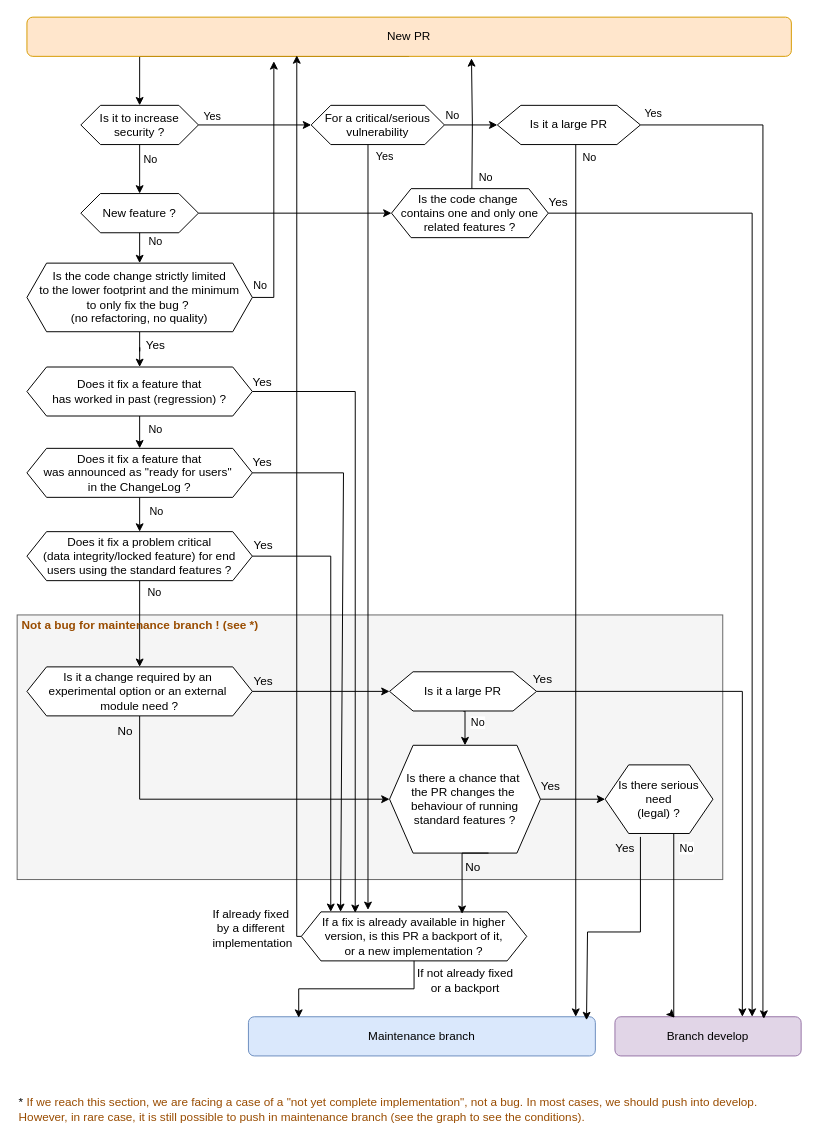
Before: dev/Qualification PR ERD.drawio in Dolibarr/dolibarr-foundation, a draw.io diagram. Source tidied: cells renumbered, new cells numbered last; positions are measured from the earlier drawing's top-left corner, leaving out a move shared by most shapes. Both pictures are drawn from the tidied source at 98%, with x=0, y=0 at pixel (17, 17).
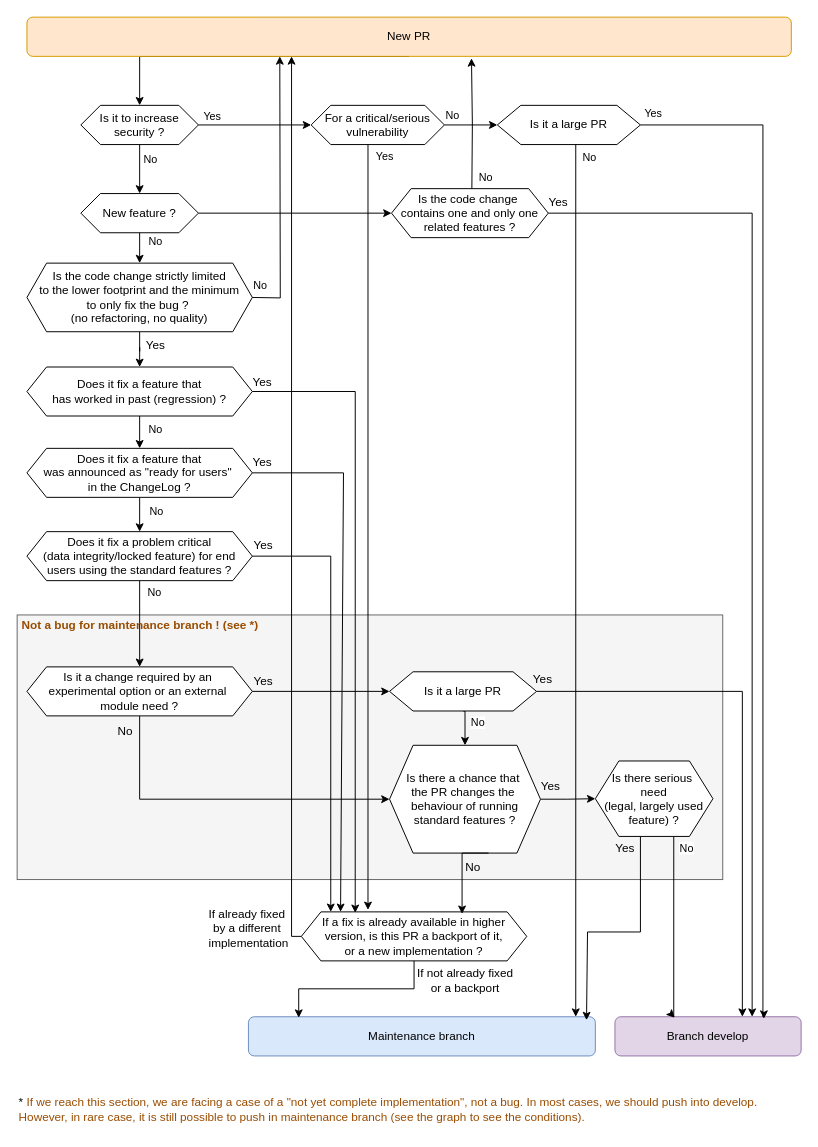
After the change.

Commit message (it also covers changes not shown here):
Mettre à jour Qualification PR ERD.drawio

The change refers to these unchanged cells:
```xml
<mxCell id="4" value="New PR" style="rounded=1;whiteSpace=wrap;html=1;fontSize=12;glass=0;strokeWidth=1;shadow=0;fillColor=#ffe6cc;strokeColor=#d79b00;" parent="1" vertex="1">
  <mxGeometry x="10" width="780" height="40" as="geometry" />
</mxCell>
<mxCell id="33" value="Is the code change strictly limited&lt;div&gt;&lt;span style=&quot;background-color: transparent; color: light-dark(rgb(0, 0, 0), rgb(255, 255, 255));&quot;&gt;to&lt;/span&gt;&lt;span style=&quot;background-color: transparent; color: light-dark(rgb(0, 0, 0), rgb(255, 255, 255));&quot;&gt;&amp;nbsp;the lower footprint and the minimum&lt;/span&gt;&lt;/div&gt;&lt;div&gt;&lt;span style=&quot;background-color: transparent; color: light-dark(rgb(0, 0, 0), rgb(255, 255, 255));&quot;&gt;to&amp;nbsp;&lt;/span&gt;&lt;span style=&quot;background-color: transparent; color: light-dark(rgb(0, 0, 0), rgb(255, 255, 255));&quot;&gt;only fix the bug ?&amp;nbsp;&lt;/span&gt;&lt;/div&gt;&lt;div&gt;&lt;span style=&quot;background-color: transparent; color: light-dark(rgb(0, 0, 0), rgb(255, 255, 255));&quot;&gt;(no refactoring, no quality)&lt;/span&gt;&lt;/div&gt;" style="shape=hexagon;perimeter=hexagonPerimeter2;whiteSpace=wrap;html=1;fixedSize=1;" parent="1" vertex="1">
  <mxGeometry x="10" y="251" width="230" height="70" as="geometry" />
</mxCell>
<mxCell id="58" value="If a fix is already available in higher&lt;div&gt;version, is this PR a backport of it,&lt;/div&gt;&lt;div&gt;or a new implementation&amp;nbsp;&lt;span style=&quot;background-color: transparent; color: light-dark(rgb(0, 0, 0), rgb(255, 255, 255));&quot;&gt;?&lt;/span&gt;&lt;/div&gt;" style="shape=hexagon;perimeter=hexagonPerimeter2;whiteSpace=wrap;html=1;fixedSize=1;" parent="1" vertex="1">
  <mxGeometry x="290" y="913" width="230" height="50" as="geometry" />
</mxCell>
```

The edit, as a diff of the source:
```diff
@@
+    <mxCell id="78" style="edgeStyle=orthogonalEdgeStyle;rounded=0;orthogonalLoop=1;jettySize=auto;html=1;exitX=1;exitY=0.5;exitDx=0;exitDy=0;" parent="1" edge="1">
+      <mxGeometry relative="1" as="geometry">
+        <mxPoint x="238" y="286" as="sourcePoint" />
+        <mxPoint x="268" y="40" as="targetPoint" />
+      </mxGeometry>
+    </mxCell>
@@
-    <mxCell id="42" style="edgeStyle=orthogonalEdgeStyle;rounded=0;jettySize=auto;html=1;exitX=1;exitY=0.5;exitDx=0;exitDy=0;entryX=0.323;entryY=1.125;entryDx=0;entryDy=0;entryPerimeter=0;" parent="1" edge="1" source="33" target="4">
-      <mxGeometry relative="1" as="geometry">
-        <Array as="points">
-          <mxPoint x="262" y="286" />
-        </Array>
-      </mxGeometry>
-    </mxCell>
@@
-    <mxCell id="57" style="edgeStyle=orthogonalEdgeStyle;rounded=0;jettySize=auto;html=1;entryX=0.353;entryY=0.975;entryDx=0;entryDy=0;entryPerimeter=0;exitX=0;exitY=0.5;exitDx=0;exitDy=0;" parent="1" edge="1" source="58" target="4">
+    <mxCell id="57" style="edgeStyle=orthogonalEdgeStyle;rounded=0;jettySize=auto;html=1;exitX=0;exitY=0.5;exitDx=0;exitDy=0;" parent="1" edge="1" source="58">
       <mxGeometry relative="1" as="geometry">
+        <mxPoint x="280" y="40" as="targetPoint" />
         <Array as="points">
-          <mxPoint x="285" y="938" />
+          <mxPoint x="280" y="938" />
+          <mxPoint x="280" y="40" />
         </Array>
       </mxGeometry>
     </mxCell>
@@
     <mxCell id="62" value="&lt;span style=&quot;font-weight: 400;&quot;&gt;If already fixed&amp;nbsp;&lt;/span&gt;&lt;div&gt;&lt;span style=&quot;font-weight: 400;&quot;&gt;by a different&amp;nbsp;&lt;/span&gt;&lt;/div&gt;&lt;div&gt;&lt;span style=&quot;font-weight: 400;&quot;&gt;implementation&lt;/span&gt;&lt;/div&gt;" style="text;html=1;align=center;verticalAlign=middle;strokeColor=none;fillColor=none;fontStyle=1;" parent="1" vertex="1">
-      <mxGeometry x="190" y="900" width="100" height="60" as="geometry" />
+      <mxGeometry x="186" y="900" width="100" height="60" as="geometry" />
     </mxCell>
@@
-    <mxCell id="74" value="Is there serious need&lt;div&gt;(legal) ?&lt;/div&gt;" style="shape=hexagon;perimeter=hexagonPerimeter2;whiteSpace=wrap;html=1;fixedSize=1;size=24;" parent="1" vertex="1">
-      <mxGeometry x="600" y="763" width="110" height="70" as="geometry" />
+    <mxCell id="74" value="Is there serious&amp;nbsp;&lt;div&gt;need&lt;div&gt;(legal, largely used feature) ?&lt;/div&gt;&lt;/div&gt;" style="shape=hexagon;perimeter=hexagonPerimeter2;whiteSpace=wrap;html=1;fixedSize=1;size=24;" parent="1" vertex="1">
+      <mxGeometry x="590" y="759" width="120" height="77" as="geometry" />
     </mxCell>
```
